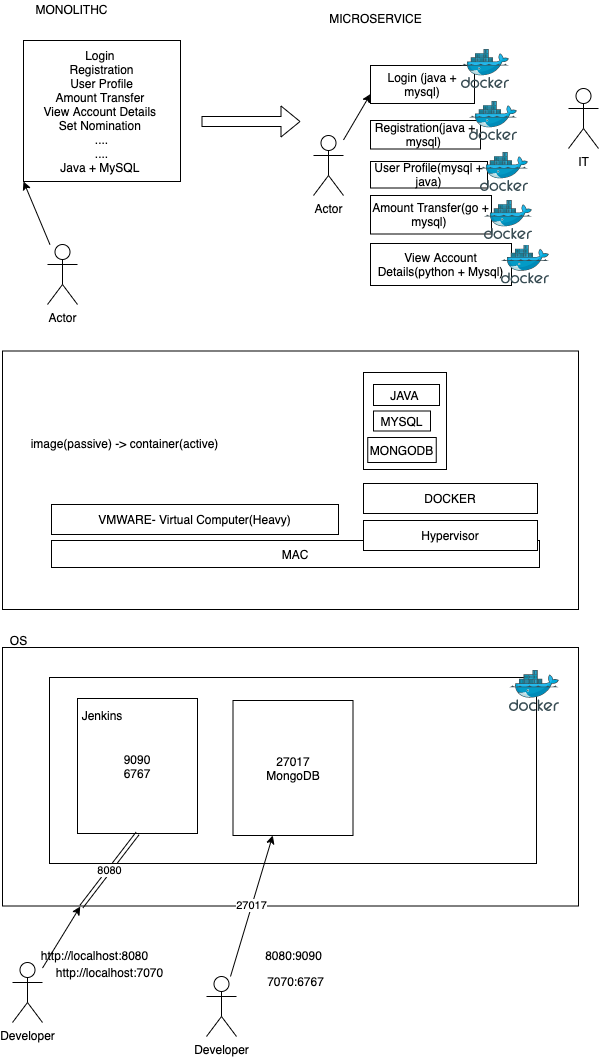
The draw.io diagram images/mono-micro.drawio.png in adithnaveen/sapient-freshers-2021-jun-asde, before a commit. Source tidied: cells renumbered, new cells last; positions are measured from the earlier drawing's top-left corner, leaving out a move shared by most shapes.
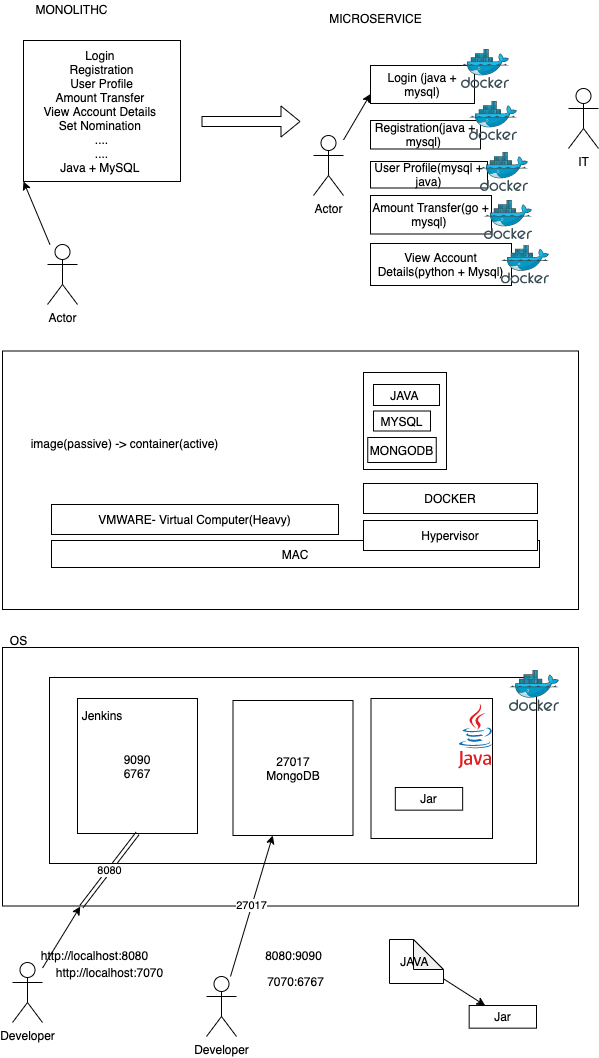
Later version of the same file.

Diff of the diagram source:
```diff
@@ -142,5 +142,23 @@
     <mxCell id="46" value="Developer" style="shape=umlActor;verticalLabelPosition=bottom;verticalAlign=top;html=1;outlineConnect=0;" parent="1" vertex="1">
       <mxGeometry x="204" y="976" width="30" height="60" as="geometry" />
     </mxCell>
+    <mxCell id="47" style="edgeStyle=none;rounded=0;jettySize=auto;html=1;" parent="1" edge="1" source="48" target="49">
+      <mxGeometry relative="1" as="geometry" />
+    </mxCell>
+    <mxCell id="48" value="JAVA&amp;nbsp;" style="shape=note;whiteSpace=wrap;html=1;backgroundOutline=1;darkOpacity=0.05;" parent="1" vertex="1">
+      <mxGeometry x="387" y="939" width="54" height="44" as="geometry" />
+    </mxCell>
+    <mxCell id="49" value="Jar" style="rounded=0;whiteSpace=wrap;html=1;" parent="1" vertex="1">
+      <mxGeometry x="466.7" y="1005" width="67.3" height="22.7" as="geometry" />
+    </mxCell>
+    <mxCell id="50" style="rounded=0;whiteSpace=wrap;html=1;" parent="1" vertex="1">
+      <mxGeometry x="368.5" y="698" width="121.5" height="140" as="geometry" />
+    </mxCell>
+    <mxCell id="51" style="dashed=0;html=1;align=center;labelPosition=center;verticalLabelPosition=bottom;verticalAlign=top;shape=mxgraph.weblogos.java;" parent="1" vertex="1">
+      <mxGeometry x="455.6" y="703" width="34.4" height="65" as="geometry" />
+    </mxCell>
+    <mxCell id="52" value="Jar" style="rounded=0;whiteSpace=wrap;html=1;" parent="1" vertex="1">
+      <mxGeometry x="392.8" y="787" width="67.3" height="22.7" as="geometry" />
+    </mxCell>
   </root>
 </mxGraphModel>
```
